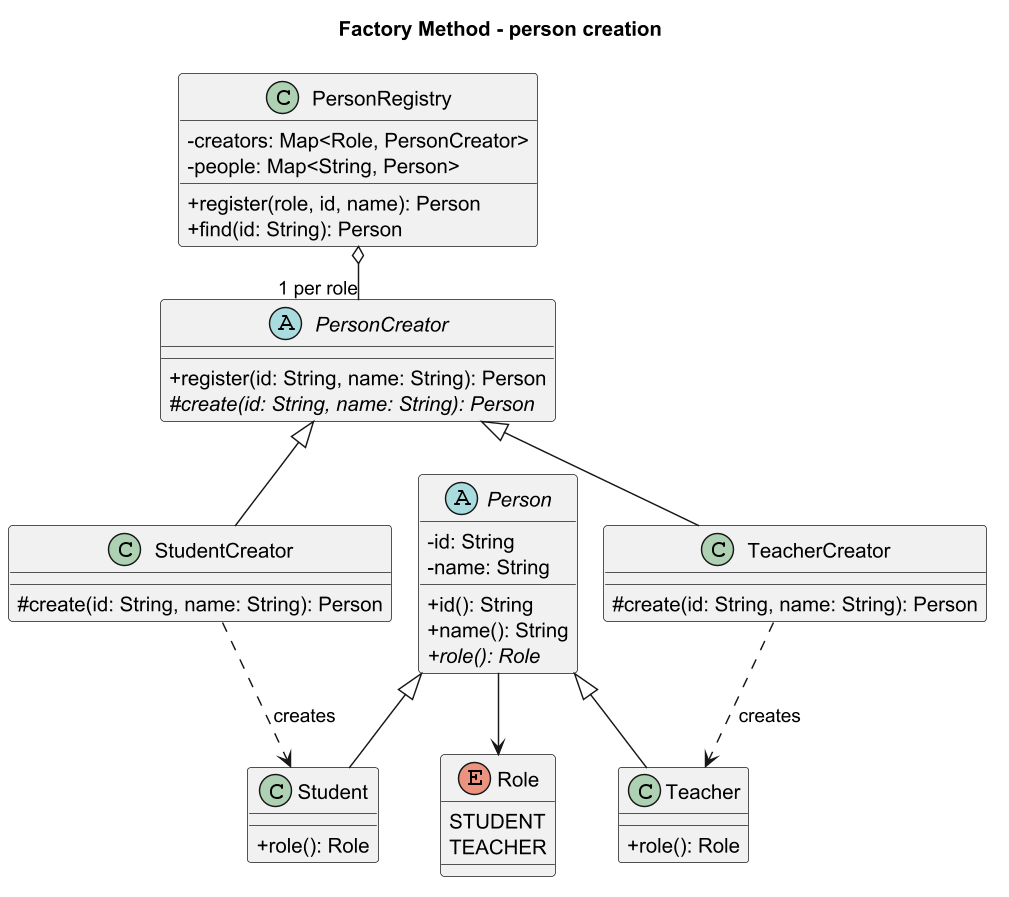
The PlantUML diagram docs/images/factory-method.png in Asylstyle/school-management-system, before a commit.
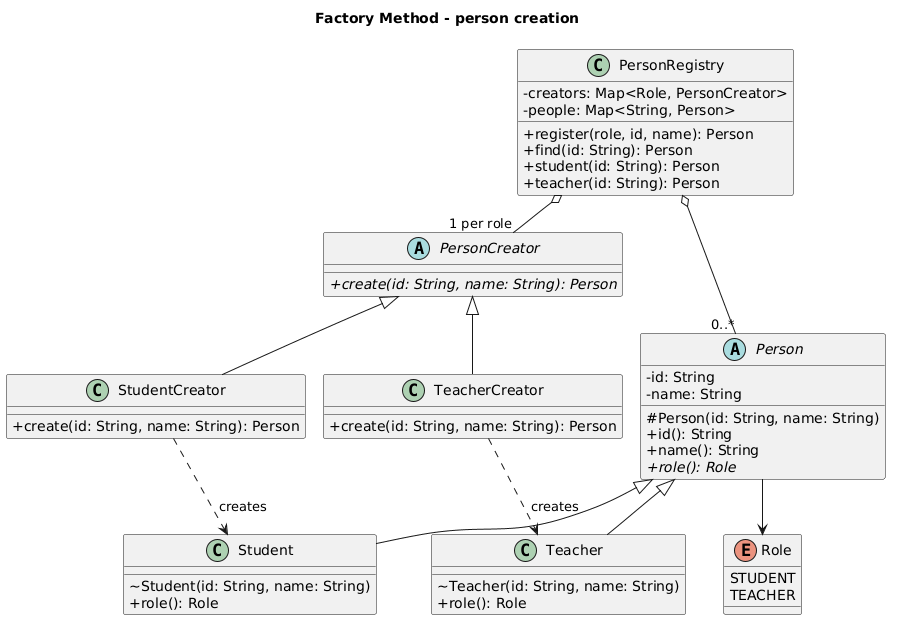
Later version of the same file.

What changed in the source:
```diff
@@ -1,31 +1,32 @@
-@startuml factory-method
-skinparamlocked dpi 140
+@startuml
 !pragma layout smetana
 title Factory Method - person creation
 skinparam classAttributeIconSize 0
 skinparam shadowing false
 
 abstract class PersonCreator {
-  +register(id: String, name: String): Person
-  #{abstract} create(id: String, name: String): Person
+  +{abstract} create(id: String, name: String): Person
 }
 class StudentCreator {
-  #create(id: String, name: String): Person
+  +create(id: String, name: String): Person
 }
 class TeacherCreator {
-  #create(id: String, name: String): Person
+  +create(id: String, name: String): Person
 }
 abstract class Person {
   -id: String
   -name: String
+  #Person(id: String, name: String)
   +id(): String
   +name(): String
   +{abstract} role(): Role
 }
 class Student {
+  ~Student(id: String, name: String)
   +role(): Role
 }
 class Teacher {
+  ~Teacher(id: String, name: String)
   +role(): Role
 }
 enum Role {
@@ -37,6 +38,8 @@
   -people: Map<String, Person>
   +register(role, id, name): Person
   +find(id: String): Person
+  +student(id: String): Person
+  +teacher(id: String): Person
 }
 
 PersonCreator <|-- StudentCreator
@@ -47,4 +50,5 @@
 TeacherCreator ..> Teacher : creates
 Person --> Role
 PersonRegistry o-- "1 per role" PersonCreator
+PersonRegistry o-- "0..*" Person
 @enduml
```
